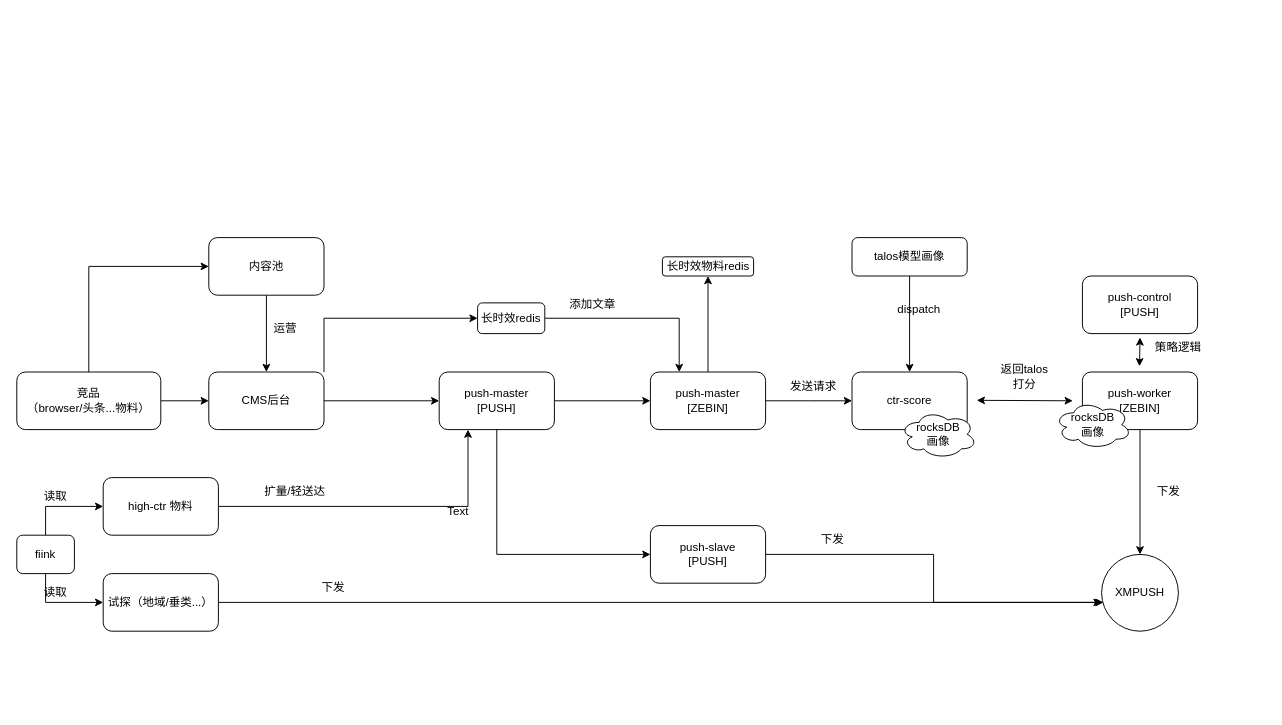
This is mivideo.drawio from chaleeluo/leetcode, a draw.io file, before an edit. Source tidied: cells renumbered, new cells numbered last; positions are measured from the earlier drawing's top-left corner, leaving out a move shared by most shapes. Both pictures are drawn from the tidied source at 96%, with x=0, y=0 at pixel (16, 237).
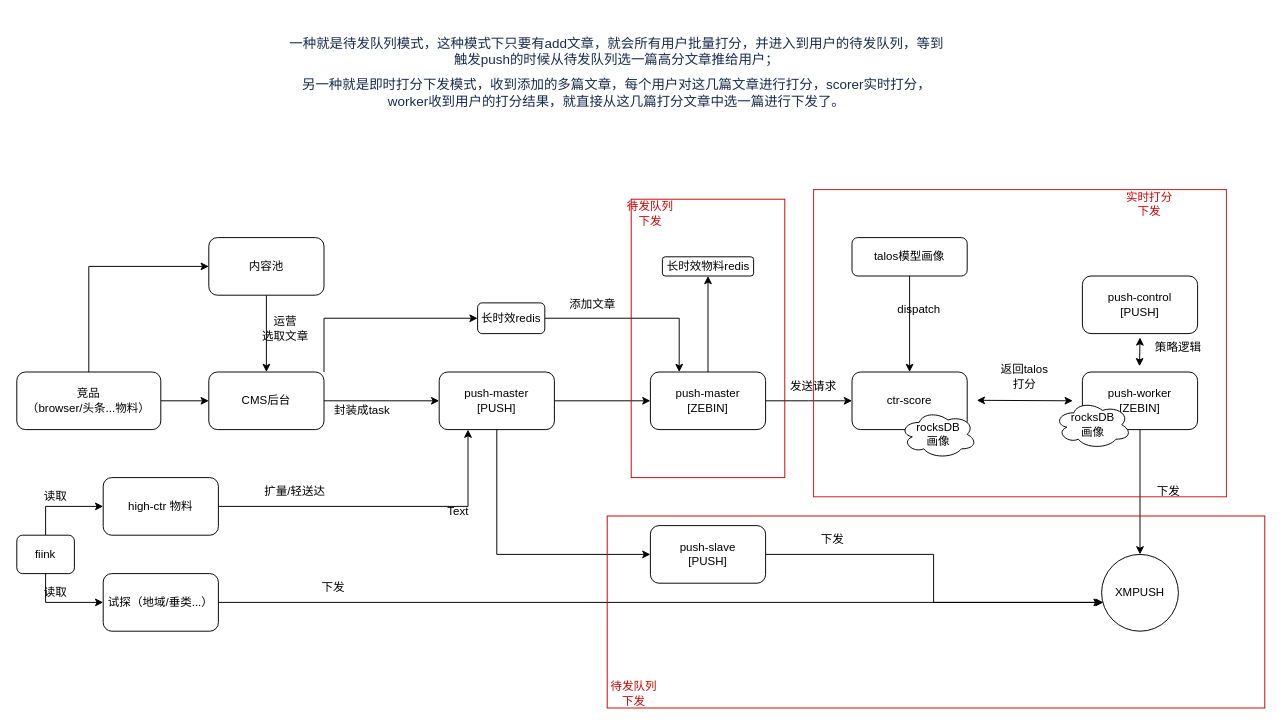
The same page after the edit.

The edit, as a diff of the source:
```diff
@@
-    <mxCell id="10" value="运营" style="text;html=1;strokeColor=none;fillColor=none;align=center;verticalAlign=middle;whiteSpace=wrap;rounded=0;" parent="1" vertex="1">
+    <mxCell id="10" value="运营&lt;br&gt;选取文章" style="text;html=1;strokeColor=none;fillColor=none;align=center;verticalAlign=middle;whiteSpace=wrap;rounded=0;" parent="1" vertex="1">
       <mxGeometry x="250" y="80" width="60" height="30" as="geometry" />
     </mxCell>
@@
+    <mxCell id="54" value="封装成task" style="text;html=1;strokeColor=none;fillColor=none;align=center;verticalAlign=middle;whiteSpace=wrap;rounded=0;" parent="1" vertex="1">
+      <mxGeometry x="320" y="170" width="80" height="20" as="geometry" />
+    </mxCell>
+    <mxCell id="55" style="rounded=0;whiteSpace=wrap;html=1;fillColor=none;strokeColor=#BF1D17;" parent="1" vertex="1">
+      <mxGeometry x="830" y="-50" width="430" height="320" as="geometry" />
+    </mxCell>
+    <mxCell id="56" value="实时打分下发" style="text;html=1;strokeColor=none;fillColor=none;align=center;verticalAlign=middle;whiteSpace=wrap;rounded=0;fontColor=#CC0000;" parent="1" vertex="1">
+      <mxGeometry x="1150" y="-50" width="60" height="30" as="geometry" />
+    </mxCell>
+    <mxCell id="57" style="rounded=0;whiteSpace=wrap;html=1;fillColor=none;strokeColor=#CC0000;fontColor=#CC0000;" parent="1" vertex="1">
+      <mxGeometry x="615" y="290" width="685" height="200" as="geometry" />
+    </mxCell>
+    <mxCell id="58" value="待发队列下发" style="text;html=1;strokeColor=none;fillColor=none;align=center;verticalAlign=middle;whiteSpace=wrap;rounded=0;fontColor=#CC0000;" parent="1" vertex="1">
+      <mxGeometry x="612.5" y="460" width="60" height="30" as="geometry" />
+    </mxCell>
+    <mxCell id="59" style="rounded=0;whiteSpace=wrap;html=1;fontColor=#CC0000;strokeColor=#CC0000;fillColor=none;" parent="1" vertex="1">
+      <mxGeometry x="640" y="-40" width="160" height="290" as="geometry" />
+    </mxCell>
+    <mxCell id="60" value="待发队列下发" style="text;html=1;strokeColor=none;fillColor=none;align=center;verticalAlign=middle;whiteSpace=wrap;rounded=0;fontColor=#CC0000;" parent="1" vertex="1">
+      <mxGeometry x="630" y="-40" width="60" height="30" as="geometry" />
+    </mxCell>
+    <mxCell id="61" value="&lt;p style=&quot;margin: 10px 0px 0px ; padding: 0px ; color: rgb(23 , 43 , 77) ; font-family: , &amp;#34;system-ui&amp;#34; , &amp;#34;segoe ui&amp;#34; , &amp;#34;roboto&amp;#34; , &amp;#34;oxygen&amp;#34; , &amp;#34;ubuntu&amp;#34; , &amp;#34;fira sans&amp;#34; , &amp;#34;droid sans&amp;#34; , &amp;#34;helvetica neue&amp;#34; , sans-serif ; font-size: 14px ; background-color: rgb(255 , 255 , 255)&quot;&gt;一种就是待发队列模式，这种模式下只要有add文章，就会所有用户批量打分，并进入到用户的待发队列，等到触发push的时候从待发队列选一篇高分文章推给用户；&lt;/p&gt;&lt;p style=&quot;margin: 10px 0px 0px ; padding: 0px ; color: rgb(23 , 43 , 77) ; font-family: , &amp;#34;system-ui&amp;#34; , &amp;#34;segoe ui&amp;#34; , &amp;#34;roboto&amp;#34; , &amp;#34;oxygen&amp;#34; , &amp;#34;ubuntu&amp;#34; , &amp;#34;fira sans&amp;#34; , &amp;#34;droid sans&amp;#34; , &amp;#34;helvetica neue&amp;#34; , sans-serif ; font-size: 14px ; background-color: rgb(255 , 255 , 255)&quot;&gt;另一种就是即时打分下发模式，收到添加的多篇文章，每个用户对这几篇文章进行打分，scorer实时打分，worker收到用户的打分结果，就直接从这几篇打分文章中选一篇进行下发了。&lt;/p&gt;&lt;div&gt;&lt;br&gt;&lt;/div&gt;" style="text;html=1;strokeColor=none;fillColor=none;align=center;verticalAlign=middle;whiteSpace=wrap;rounded=0;fontColor=#CC0000;" parent="1" vertex="1">
+      <mxGeometry x="280" y="-230" width="690" height="120" as="geometry" />
+    </mxCell>
```
